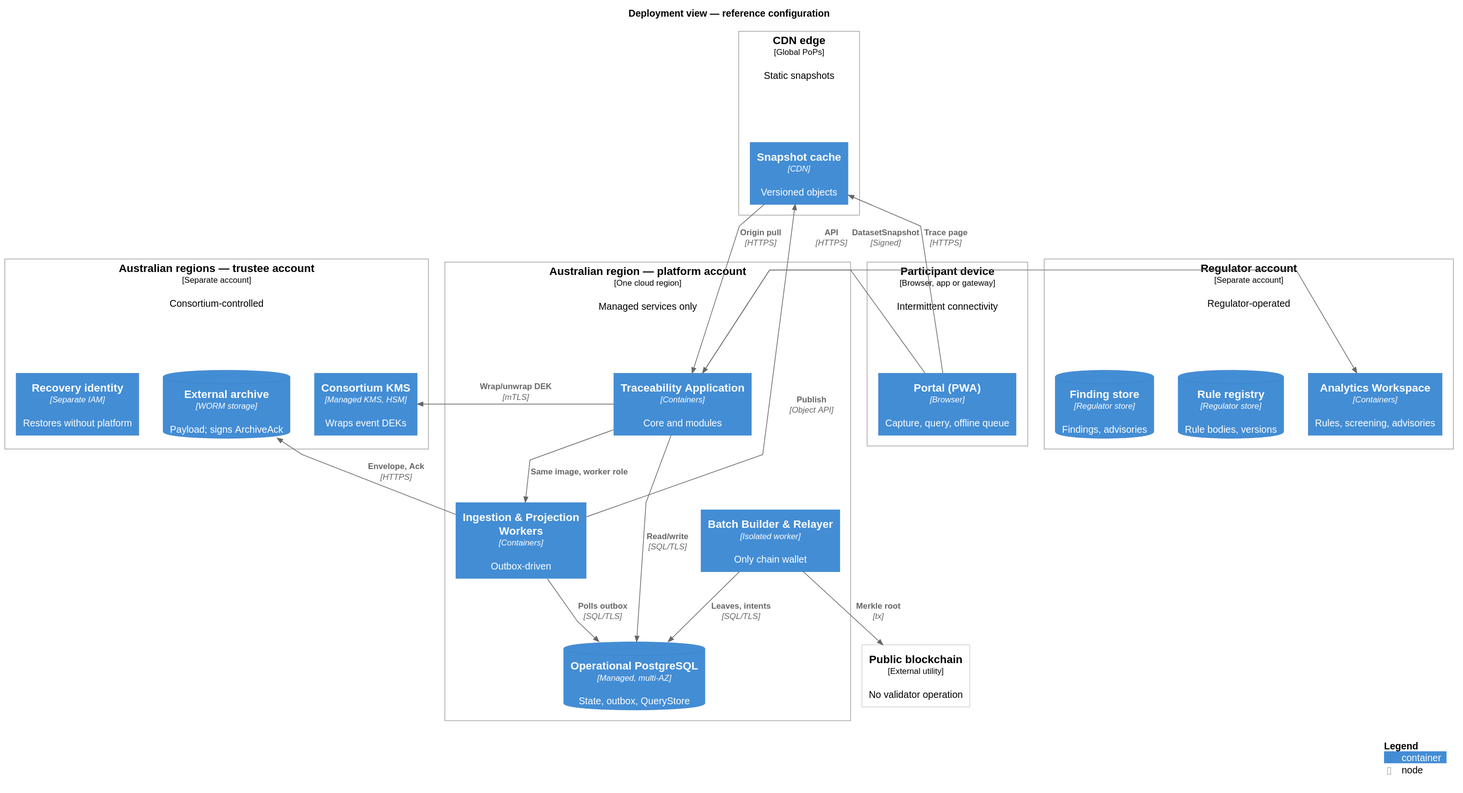
The PlantUML diagram docs/public/diagrams/c4-deployment.svg in kuangshen04/48433assignment, before a commit.
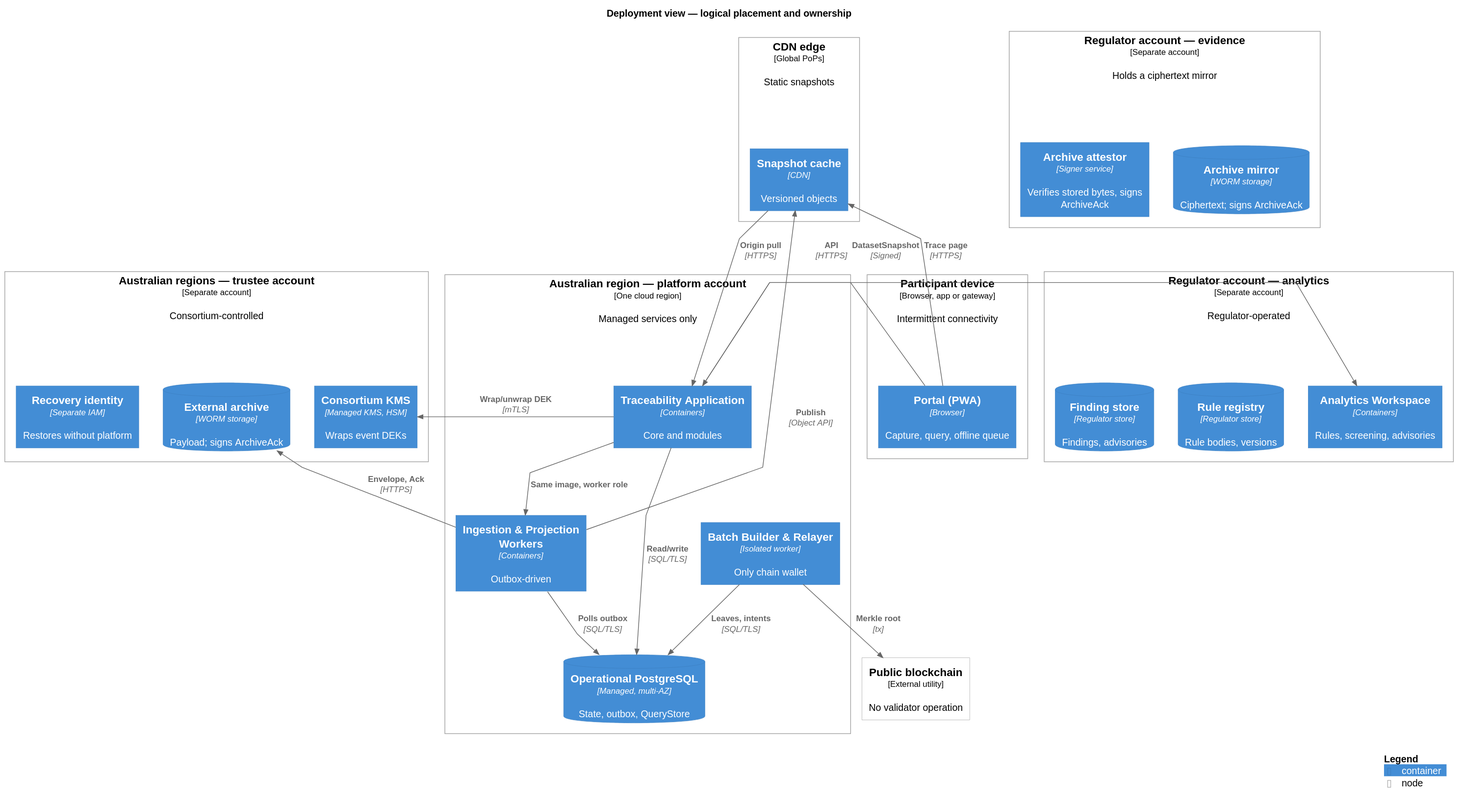
After the commit.

Diff of the diagram source:
```diff
@@ -2,7 +2,7 @@
 !include ../vendor/C4_Deployment.puml
 !include ../vendor/style.puml
 
-title Deployment view — reference configuration
+title Deployment view — logical placement and ownership
 
 Deployment_Node(device, "Participant device", "Browser, app or gateway", "Intermittent connectivity") {
   Container(pwa, "Portal (PWA)", "Browser", "Capture, query, offline queue")
@@ -25,10 +25,15 @@
   Container(recovery, "Recovery identity", "Separate IAM", "Restores without platform")
 }
 
-Deployment_Node(regacct, "Regulator account", "Separate account", "Regulator-operated") {
+Deployment_Node(regacct, "Regulator account — analytics", "Separate account", "Regulator-operated") {
   Container(workspace, "Analytics Workspace", "Containers", "Rules, screening, advisories")
   ContainerDb(rules, "Rule registry", "Regulator store", "Rule bodies, versions")
   ContainerDb(findings, "Finding store", "Regulator store", "Findings, advisories")
+}
+
+Deployment_Node(regarch, "Regulator account — evidence", "Separate account", "Holds a ciphertext mirror") {
+  ContainerDb(regmirror, "Archive mirror", "WORM storage", "Ciphertext; signs ArchiveAck")
+  Container(attestor, "Archive attestor", "Signer service", "Verifies stored bytes, signs ArchiveAck")
 }
 
 Deployment_Node(chainNet, "Public blockchain", "External utility", "No validator operation")
```
